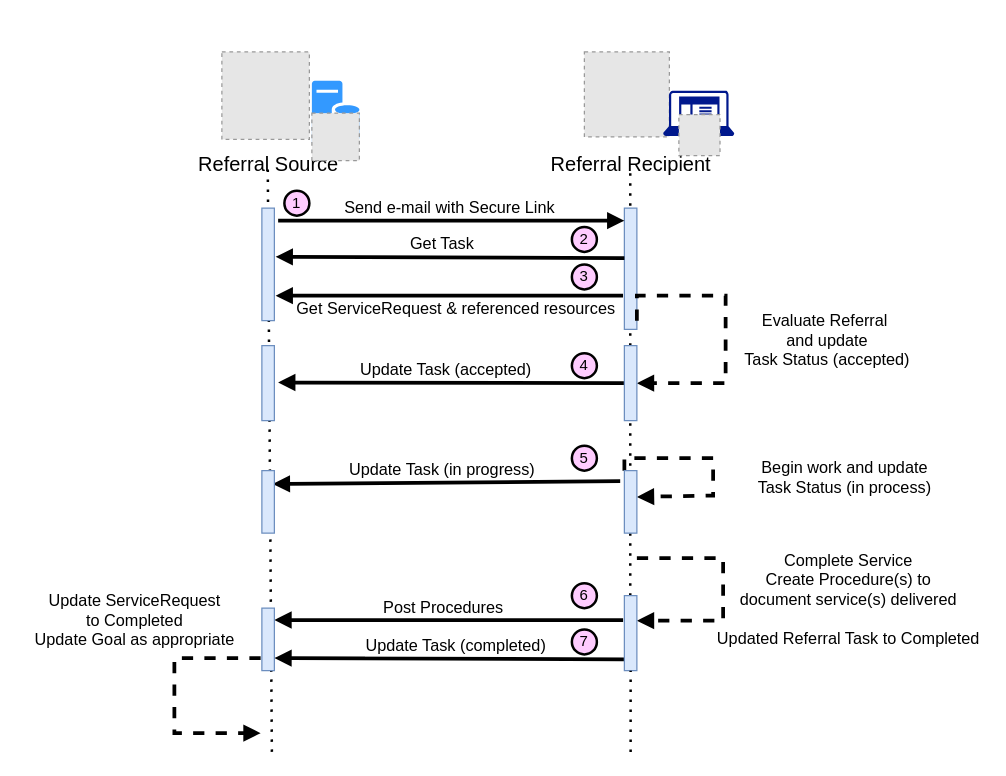
Above: Images Source/DetailedDirectReferralLight.drawio in HL7/fhir-sdoh-clinicalcare (draw.io), before the change. Source tidied: cells renumbered, new cells numbered last; positions are measured from the earlier drawing's top-left corner, leaving out a move shared by most shapes. Both pictures are drawn from the tidied source at 125%, with x=0, y=0 at pixel (21, 51). Pictures stored in the file or linked from it are replaced by grey dashed boxes.
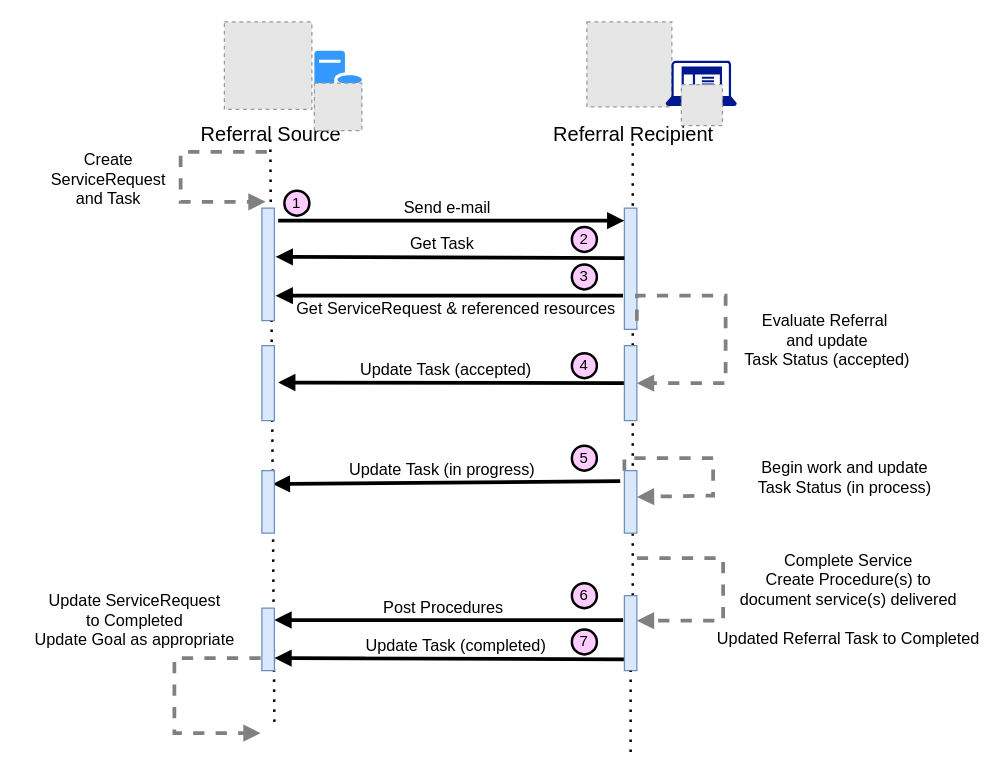
The same diagram, later.

Unchanged cells that the change refers to:
```xml
<mxCell id="4" style="html=1;points=[];perimeter=orthogonalPerimeter;fillColor=#dae8fc;strokeColor=#6c8ebf;" parent="1" vertex="1">
  <mxGeometry x="192" y="125" width="10" height="90" as="geometry" />
</mxCell>
<mxCell id="23" style="html=1;points=[];perimeter=orthogonalPerimeter;fillColor=#dae8fc;strokeColor=#6c8ebf;fontSize=13;" parent="1" vertex="1">
  <mxGeometry x="482" y="235" width="10" height="60" as="geometry" />
</mxCell>
<mxCell id="24" style="html=1;points=[];perimeter=orthogonalPerimeter;fillColor=#dae8fc;strokeColor=#6c8ebf;fontSize=13;" parent="1" vertex="1">
  <mxGeometry x="482" y="335" width="10" height="50" as="geometry" />
</mxCell>
<mxCell id="39" style="html=1;points=[];perimeter=orthogonalPerimeter;fillColor=#dae8fc;strokeColor=#6c8ebf;fontSize=13;" parent="1" vertex="1">
  <mxGeometry x="482" y="435" width="10" height="60" as="geometry" />
</mxCell>
```

The edit, as a diff of the source:
```diff
@@
     <mxCell id="2" style="endArrow=none;dashed=1;html=1;dashPattern=1 3;strokeWidth=2;rounded=0;startArrow=none;" parent="1" edge="1" source="39">
       <mxGeometry relative="1" as="geometry">
-        <mxPoint x="486.7" y="95" as="targetPoint" />
+        <mxPoint x="488.7" y="71" as="targetPoint" />
       </mxGeometry>
     </mxCell>
     <mxCell id="3" style="endArrow=none;dashed=1;html=1;dashPattern=1 3;strokeWidth=2;rounded=0;" parent="1" edge="1">
       <mxGeometry relative="1" as="geometry">
-        <mxPoint x="200" y="560" as="sourcePoint" />
-        <mxPoint x="196.7" y="90" as="targetPoint" />
+        <mxPoint x="202" y="536" as="sourcePoint" />
+        <mxPoint x="198.7" y="66" as="targetPoint" />
       </mxGeometry>
     </mxCell>
@@
-    <mxCell id="6" value="&lt;span style=&quot;font-size: 13px;&quot;&gt;Send e-mail with Secure Link&lt;br style=&quot;font-size: 13px;&quot;&gt;&lt;/span&gt;" style="html=1;verticalAlign=bottom;endArrow=block;strokeWidth=3;fontSize=13;" parent="1" edge="1">
+    <mxCell id="6" value="&lt;span style=&quot;font-size: 13px;&quot;&gt;Send e-mail&amp;nbsp;&lt;br style=&quot;font-size: 13px;&quot;&gt;&lt;/span&gt;" style="html=1;verticalAlign=bottom;endArrow=block;strokeWidth=3;fontSize=13;" parent="1" edge="1">
       <mxGeometry x="-0.01" relative="1" as="geometry">
         <mxPoint x="205" y="135" as="sourcePoint" />
         <mxPoint x="482" y="135" as="targetPoint" />
         <Array as="points">
           <mxPoint x="357" y="135" />
         </Array>
       </mxGeometry>
     </mxCell>
@@
-    <mxCell id="9" style="edgeStyle=orthogonalEdgeStyle;html=1;align=left;spacingLeft=2;endArrow=block;rounded=0;strokeWidth=3;fontSize=13;dashed=1;" parent="1" edge="1" target="23">
+    <mxCell id="9" style="edgeStyle=orthogonalEdgeStyle;html=1;align=left;spacingLeft=2;endArrow=block;rounded=0;strokeWidth=3;fontSize=13;dashed=1;strokeColor=#808080;" parent="1" edge="1" target="23">
       <mxGeometry x="-1" y="-10" relative="1" as="geometry">
         <mxPoint x="492" y="215" as="sourcePoint" />
         <Array as="points">
           <mxPoint x="492" y="195" />
           <mxPoint x="563" y="195" />
           <mxPoint x="563" y="265" />
         </Array>
       </mxGeometry>
     </mxCell>
@@
-    <mxCell id="12" style="edgeStyle=orthogonalEdgeStyle;html=1;align=left;spacingLeft=2;endArrow=block;rounded=0;strokeWidth=3;fontSize=13;dashed=1;" parent="1" edge="1">
+    <mxCell id="12" style="edgeStyle=orthogonalEdgeStyle;html=1;align=left;spacingLeft=2;endArrow=block;rounded=0;strokeWidth=3;fontSize=13;dashed=1;strokeColor=#808080;" parent="1" edge="1">
       <mxGeometry x="-0.64" y="-20" relative="1" as="geometry">
         <mxPoint x="492" y="405" as="sourcePoint" />
         <mxPoint x="492" y="455" as="targetPoint" />
         <Array as="points">
           <mxPoint x="561" y="405" />
           <mxPoint x="561" y="455" />
         </Array>
       </mxGeometry>
     </mxCell>
-    <mxCell id="13" style="edgeStyle=orthogonalEdgeStyle;html=1;align=left;spacingLeft=2;endArrow=block;rounded=0;strokeWidth=3;fontSize=13;dashed=1;" parent="1" edge="1">
+    <mxCell id="13" style="edgeStyle=orthogonalEdgeStyle;html=1;align=left;spacingLeft=2;endArrow=block;rounded=0;strokeWidth=3;fontSize=13;dashed=1;strokeColor=#808080;" parent="1" edge="1">
       <mxGeometry x="0.04" y="-40" relative="1" as="geometry">
         <mxPoint x="191" y="485" as="sourcePoint" />
         <mxPoint x="191" y="545" as="targetPoint" />
         <Array as="points">
           <mxPoint x="122" y="485" />
           <mxPoint x="122" y="545" />
           <mxPoint x="191" y="545" />
         </Array>
       </mxGeometry>
     </mxCell>
@@
-    <mxCell id="16" style="edgeStyle=orthogonalEdgeStyle;html=1;align=left;spacingLeft=2;endArrow=block;rounded=0;entryX=1;entryY=0.42;entryDx=0;entryDy=0;entryPerimeter=0;strokeWidth=3;fontSize=13;dashed=1;" parent="1" edge="1" target="24">
+    <mxCell id="16" style="edgeStyle=orthogonalEdgeStyle;html=1;align=left;spacingLeft=2;endArrow=block;rounded=0;entryX=1;entryY=0.42;entryDx=0;entryDy=0;entryPerimeter=0;strokeWidth=3;fontSize=13;dashed=1;strokeColor=#808080;" parent="1" edge="1" target="24">
       <mxGeometry x="0.11" y="179" relative="1" as="geometry">
         <mxPoint x="482" y="335" as="sourcePoint" />
         <Array as="points">
           <mxPoint x="482" y="325" />
           <mxPoint x="553" y="325" />
           <mxPoint x="553" y="355" />
         </Array>
       </mxGeometry>
     </mxCell>
@@
     <mxCell id="28" style="fillColor=#E6E6E6;strokeColor=#999999;dashed=1;" parent="1" vertex="1">
-      <mxGeometry x="160" width="70" height="70" as="geometry" />
+      <mxGeometry x="162" y="-24" width="70" height="70" as="geometry" />
     </mxCell>
     <mxCell id="29" style="fillColor=#E6E6E6;strokeColor=#999999;dashed=1;" parent="1" vertex="1">
-      <mxGeometry x="450" width="68" height="68" as="geometry" />
+      <mxGeometry x="452" y="-24" width="68" height="68" as="geometry" />
     </mxCell>
     <mxCell id="30" value="Referral Source" style="text;html=1;align=center;verticalAlign=middle;strokeColor=none;fillColor=none;fontSize=16;" parent="1" vertex="1">
-      <mxGeometry x="132" y="80" width="130" height="20" as="geometry" />
+      <mxGeometry x="134" y="56" width="130" height="20" as="geometry" />
     </mxCell>
     <mxCell id="31" value="Referral Recipient" style="text;html=1;align=center;verticalAlign=middle;strokeColor=none;fillColor=none;fontSize=16;" parent="1" vertex="1">
-      <mxGeometry x="417" y="80" width="140" height="20" as="geometry" />
+      <mxGeometry x="419" y="56" width="140" height="20" as="geometry" />
     </mxCell>
@@
     <mxCell id="41" style="group;" parent="1" vertex="1">
-      <mxGeometry x="232" y="23" width="38" height="64" as="geometry" />
+      <mxGeometry x="234" y="-1" width="38" height="64" as="geometry" />
     </mxCell>
@@
     <mxCell id="44" style="group;" parent="1" vertex="1">
-      <mxGeometry x="513" y="31" width="60" height="52" as="geometry" />
+      <mxGeometry x="515" y="7" width="60" height="52" as="geometry" />
     </mxCell>
@@
+    <mxCell id="47" style="edgeStyle=orthogonalEdgeStyle;html=1;align=left;spacingLeft=2;endArrow=block;rounded=0;strokeWidth=3;fontSize=13;dashed=1;strokeColor=#808080;entryX=0.3;entryY=-0.056;entryDx=0;entryDy=0;entryPerimeter=0;" parent="1" edge="1" target="4">
+      <mxGeometry x="0.04" y="-40" relative="1" as="geometry">
+        <mxPoint x="196" y="80" as="sourcePoint" />
+        <Array as="points">
+          <mxPoint x="127" y="80" />
+          <mxPoint x="127" y="120" />
+        </Array>
+      </mxGeometry>
+    </mxCell>
+    <mxCell id="48" value="&lt;span style=&quot;font-size: 13px; text-align: left; background-color: rgb(255, 255, 255);&quot;&gt;Create &lt;br&gt;ServiceRequest &lt;br style=&quot;font-size: 13px;&quot;&gt;and Task&lt;br&gt;&lt;/span&gt;" style="text;html=1;align=center;verticalAlign=middle;strokeColor=none;fillColor=none;fontSize=13;" parent="1" vertex="1">
+      <mxGeometry x="14" y="72" width="110" height="59" as="geometry" />
+    </mxCell>
```
